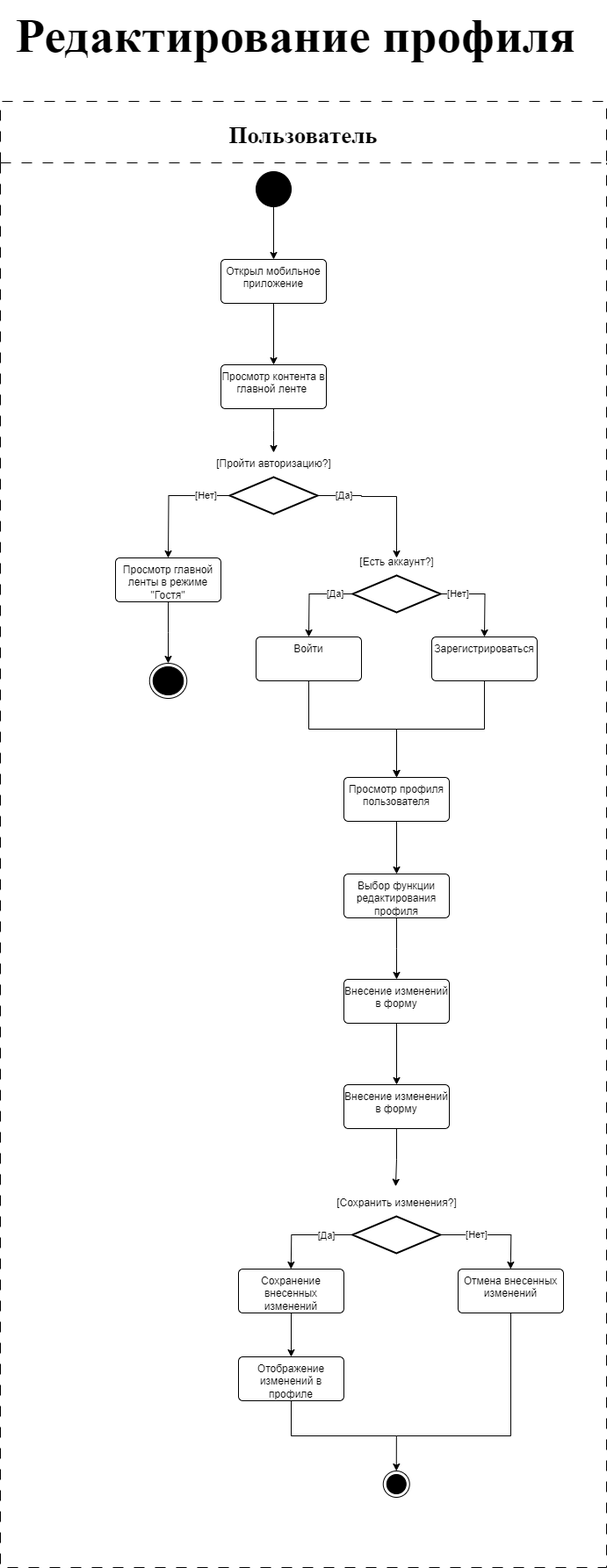
The draw.io diagram diagrams/activity-profile-redact.png in SazonovAlexander/9.1-TikTalk, before a commit. Source tidied: cells renumbered, new cells last; positions are measured from the earlier drawing's top-left corner, leaving out a move shared by most shapes.
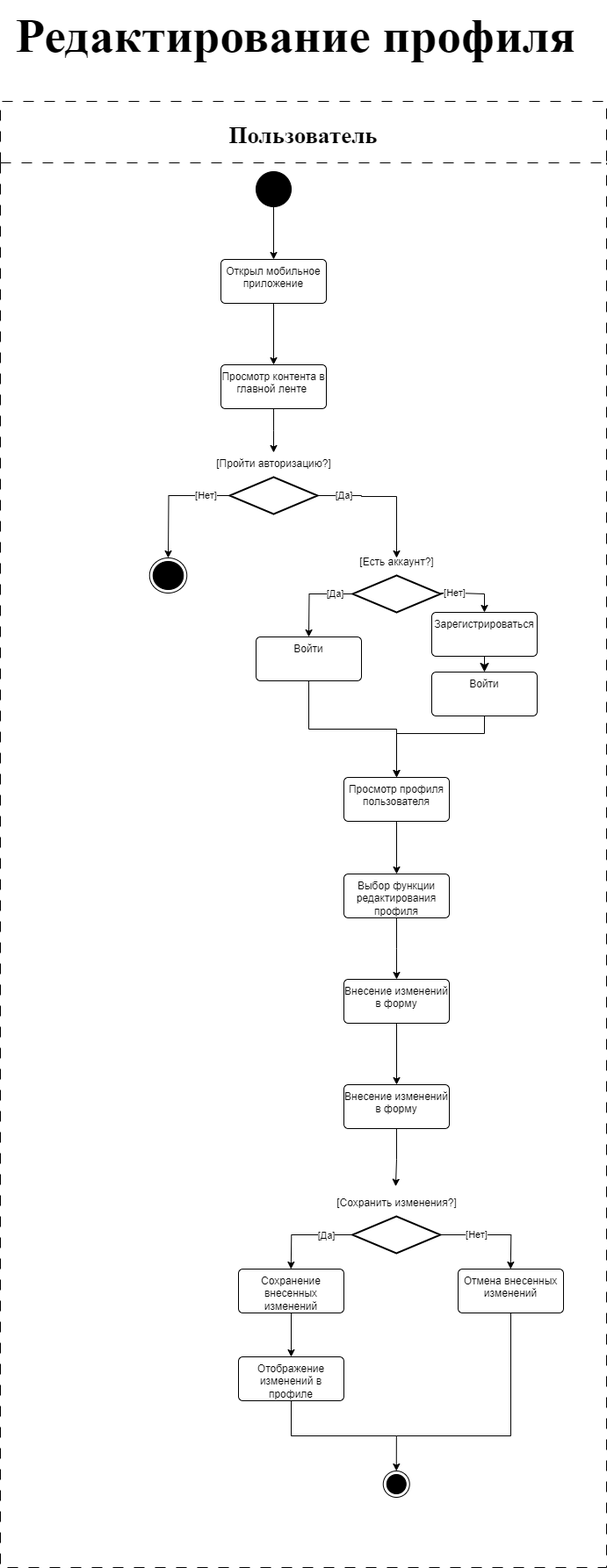
The same file after the commit.

Change to the diagram source:
```diff
@@ -51,12 +51,6 @@
     <mxCell id="13" style="strokeWidth=2;html=1;shape=mxgraph.flowchart.decision;whiteSpace=wrap;" parent="1" vertex="1">
       <mxGeometry x="261" y="543" width="100" height="42" as="geometry" />
     </mxCell>
-    <mxCell id="14" style="edgeStyle=orthogonalEdgeStyle;rounded=0;jettySize=auto;html=1;" parent="1" edge="1" source="15" target="26">
-      <mxGeometry relative="1" as="geometry" />
-    </mxCell>
-    <mxCell id="15" value="Просмотр главной ленты в режиме &quot;Гостя&quot;" style="whiteSpace=wrap;html=1;verticalAlign=top;rounded=1;arcSize=10;dashed=0;" parent="1" vertex="1">
-      <mxGeometry x="131" y="635" width="120" height="50" as="geometry" />
-    </mxCell>
     <mxCell id="16" style="edgeStyle=orthogonalEdgeStyle;rounded=0;jettySize=auto;html=1;" parent="1" edge="1" source="20">
       <mxGeometry relative="1" as="geometry">
         <mxPoint x="351" y="725" as="targetPoint" />
@@ -65,9 +59,13 @@
     <mxCell id="17" value="[Да]" style="edgeLabel;html=1;align=center;verticalAlign=middle;" parent="16" vertex="1">
       <mxGeometry x="-0.58" relative="1" as="geometry" />
     </mxCell>
-    <mxCell id="18" style="edgeStyle=orthogonalEdgeStyle;rounded=0;jettySize=auto;html=1;" parent="1" edge="1" source="20">
+    <mxCell id="18" style="edgeStyle=orthogonalEdgeStyle;rounded=0;jettySize=auto;html=1;entryX=0.5;entryY=0;entryDx=0;entryDy=0;" parent="1" edge="1" source="20" target="25">
       <mxGeometry relative="1" as="geometry">
-        <mxPoint x="551" y="725" as="targetPoint" />
+        <Array as="points">
+          <mxPoint x="521" y="675" />
+          <mxPoint x="521" y="676" />
+          <mxPoint x="551" y="676" />
+        </Array>
       </mxGeometry>
     </mxCell>
     <mxCell id="19" value="[Нет]" style="edgeLabel;html=1;align=center;verticalAlign=middle;" parent="18" vertex="1">
@@ -87,15 +85,14 @@
     <mxCell id="23" value="Войти" style="whiteSpace=wrap;html=1;verticalAlign=top;rounded=1;arcSize=10;dashed=0;" parent="1" vertex="1">
       <mxGeometry x="291" y="725" width="120" height="50" as="geometry" />
     </mxCell>
-    <mxCell id="24" style="edgeStyle=orthogonalEdgeStyle;rounded=0;jettySize=auto;html=1;entryX=0.5;entryY=0;entryDx=0;entryDy=0;" parent="1" edge="1" source="25" target="28">
-      <mxGeometry relative="1" as="geometry" />
+    <mxCell id="24" style="edgeStyle=orthogonalEdgeStyle;rounded=0;jettySize=auto;html=1;entryX=0.5;entryY=0;entryDx=0;entryDy=0;exitX=0.5;exitY=1;exitDx=0;exitDy=0;" parent="1" edge="1" source="51" target="28">
+      <mxGeometry relative="1" as="geometry">
+        <Array as="points">
+          <mxPoint x="551" y="835" />
+          <mxPoint x="451" y="835" />
+        </Array>
+      </mxGeometry>
     </mxCell>
-    <mxCell id="25" value="Зарегистрироваться" style="whiteSpace=wrap;html=1;verticalAlign=top;rounded=1;arcSize=10;dashed=0;" parent="1" vertex="1">
-      <mxGeometry x="491" y="725" width="120" height="50" as="geometry" />
-    </mxCell>
-    <mxCell id="26" style="ellipse;html=1;shape=endState;fillColor=strokeColor;" parent="1" vertex="1">
-      <mxGeometry x="169.8" y="755" width="42.5" height="40" as="geometry" />
-    </mxCell>
     <mxCell id="27" style="edgeStyle=orthogonalEdgeStyle;rounded=0;jettySize=auto;html=1;entryX=0.5;entryY=0;entryDx=0;entryDy=0;" parent="1" edge="1" source="28" target="30">
       <mxGeometry relative="1" as="geometry" />
     </mxCell>
@@ -183,6 +180,18 @@
     <mxCell id="48" value="Отображение изменений в профиле" style="whiteSpace=wrap;html=1;verticalAlign=top;rounded=1;arcSize=10;dashed=0;" parent="31" vertex="1">
       <mxGeometry x="271" y="1430" width="120" height="50" as="geometry" />
     </mxCell>
+    <mxCell id="26" style="ellipse;html=1;shape=endState;fillColor=strokeColor;" parent="31" vertex="1">
+      <mxGeometry x="169.8" y="520" width="42.5" height="40" as="geometry" />
+    </mxCell>
+    <mxCell id="50" style="edgeStyle=none;curved=1;rounded=0;jettySize=auto;html=1;entryX=0.5;entryY=0;entryDx=0;entryDy=0;fontSize=12;startSize=8;endSize=8;" parent="31" edge="1" source="25" target="51">
+      <mxGeometry relative="1" as="geometry" />
+    </mxCell>
+    <mxCell id="25" value="Зарегистрироваться" style="whiteSpace=wrap;html=1;verticalAlign=top;rounded=1;arcSize=10;dashed=0;" parent="31" vertex="1">
+      <mxGeometry x="491" y="582" width="120" height="50" as="geometry" />
+    </mxCell>
+    <mxCell id="51" value="Войти" style="whiteSpace=wrap;html=1;verticalAlign=top;rounded=1;arcSize=10;dashed=0;" parent="31" vertex="1">
+      <mxGeometry x="491" y="650" width="120" height="50" as="geometry" />
+    </mxCell>
     <mxCell id="49" value="Редактирование профиля" style="text;html=1;align=center;verticalAlign=middle;strokeColor=none;fillColor=none;fontFamily=Times New Roman;fontSize=55;fontStyle=1;" parent="1" vertex="1">
       <mxGeometry x="31" width="610" height="80" as="geometry" />
     </mxCell>
```
